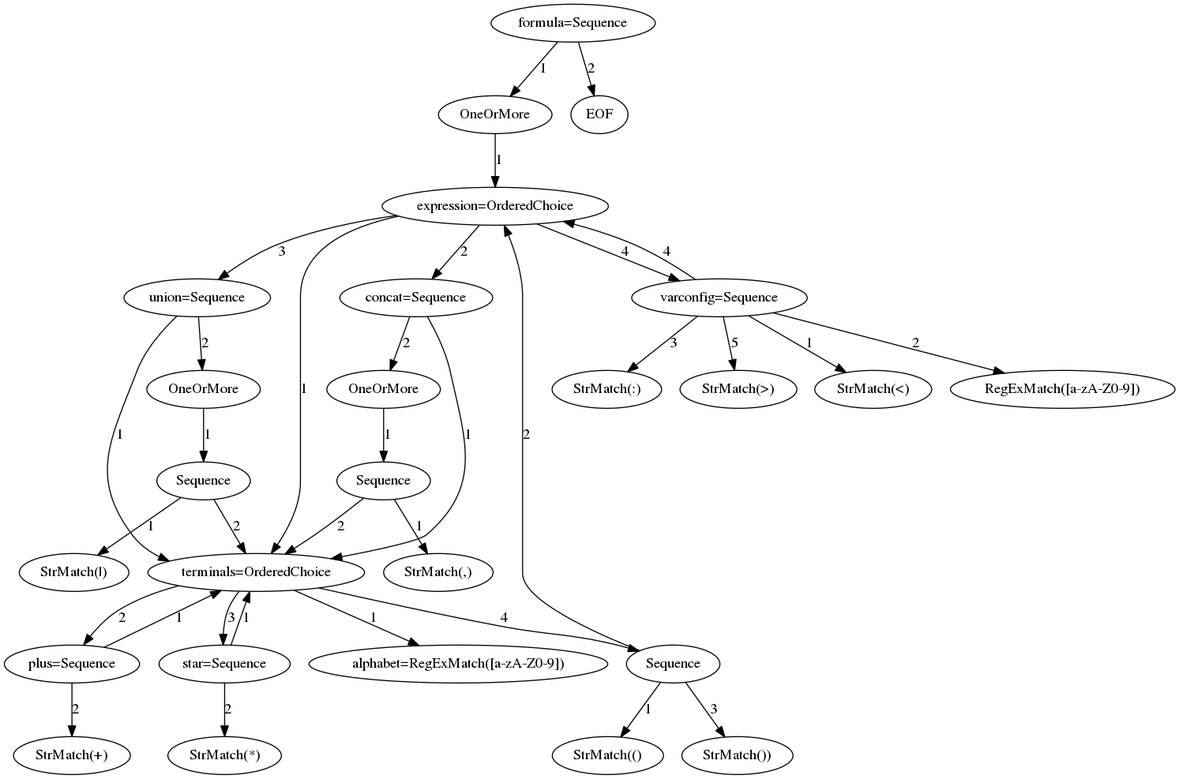
This is formula_parser_model.dot.png from yipsimon/DocumentSpanners_MSc, a Graphviz export, as it was before one commit. Its source is kept beside it as formula_parser_model.dot.
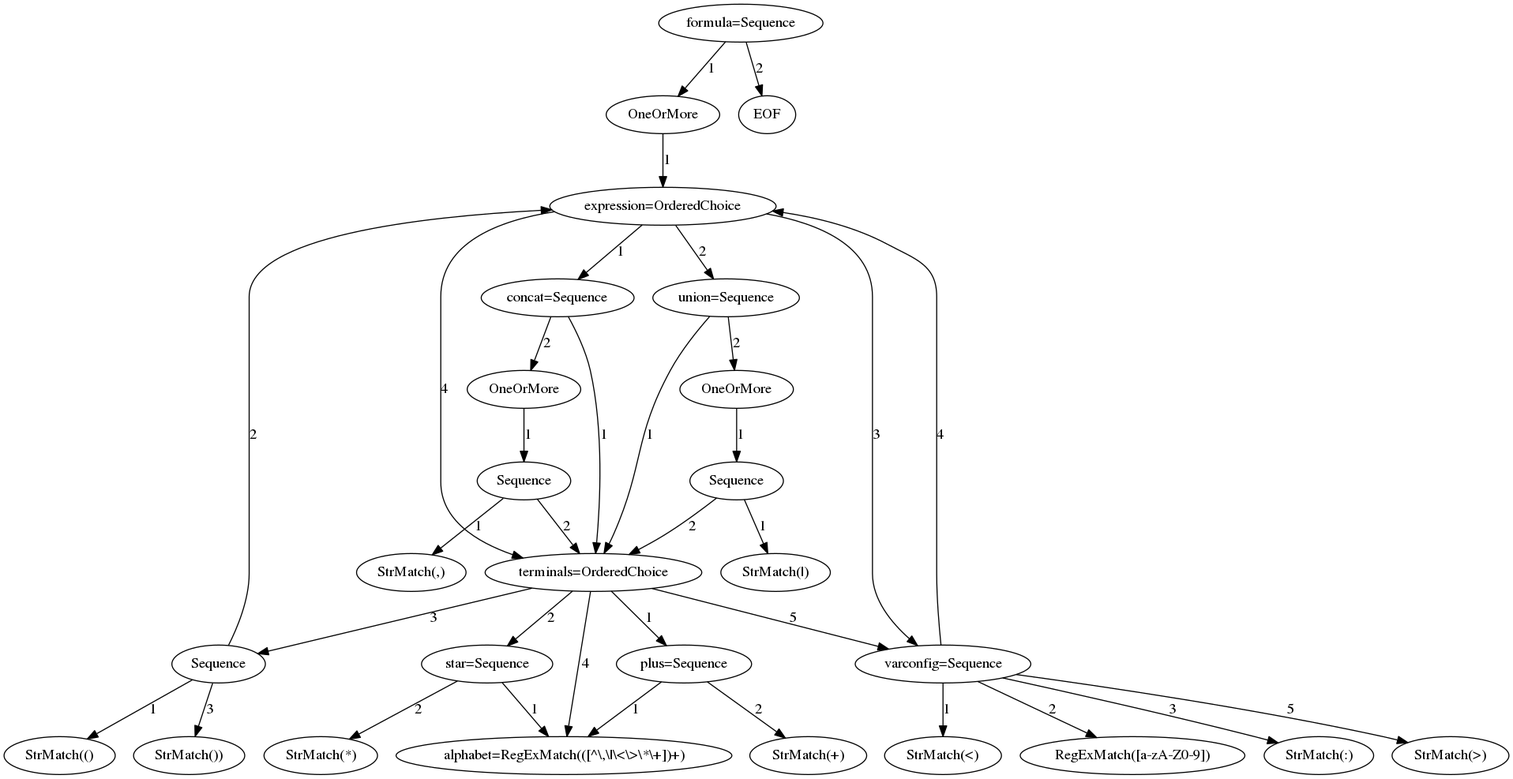
After the change.

The edit, as a diff of the source:
```diff
@@ -1,96 +1,96 @@
 digraph arpeggio_graph {
-140060072292080 [label="formula=Sequence"];
-140060072292080->140060072292024 [label="1"]
+140047018957568 [label="formula=Sequence"];
+140047018957568->140047018957512 [label="1"]
 
-140060072292024 [label="OneOrMore"];
-140060072292024->140060070736616 [label="1"]
+140047018957512 [label="OneOrMore"];
+140047018957512->140047018180504 [label="1"]
 
-140060070736616 [label="expression=OrderedChoice"];
-140060070736616->140060059144936 [label="1"]
+140047018180504 [label="expression=OrderedChoice"];
+140047018180504->140047006159592 [label="1"]
 
-140060059144936 [label="concat=Sequence"];
-140060059144936->140060059145272 [label="1"]
+140047006159592 [label="concat=Sequence"];
+140047006159592->140047006159928 [label="1"]
 
-140060059145272 [label="terminals=OrderedChoice"];
-140060059145272->140060059144992 [label="1"]
+140047006159928 [label="terminals=OrderedChoice"];
+140047006159928->140047006159648 [label="1"]
 
-140060059144992 [label="plus=Sequence"];
-140060059144992->140060059145272 [label="1"]
+140047006159648 [label="plus=Sequence"];
+140047006159648->140047006160768 [label="1"]
 
-140060059144992->140060059146000 [label="2"]
+140047006160768 [label="alphabet=RegExMatch(([^\\,\\|\\<\\>\\*\\+])+)"];
+140047006159648->140047006160656 [label="2"]
 
-140060059146000 [label="StrMatch(+)"];
-140060059145272->140060059145048 [label="2"]
+140047006160656 [label="StrMatch(+)"];
+140047006159928->140047006159704 [label="2"]
 
-140060059145048 [label="star=Sequence"];
-140060059145048->140060059145272 [label="1"]
+140047006159704 [label="star=Sequence"];
+140047006159704->140047006160768 [label="1"]
 
-140060059145048->140060059147792 [label="2"]
+140047006159704->140047006162504 [label="2"]
 
-140060059147792 [label="StrMatch(*)"];
-140060059145272->140060059145384 [label="3"]
+140047006162504 [label="StrMatch(*)"];
+140047006159928->140047006160040 [label="3"]
 
-140060059145384 [label="Sequence"];
-140060059145384->140060059147848 [label="1"]
+140047006160040 [label="Sequence"];
+140047006160040->140047006162784 [label="1"]
 
-140060059147848 [label="StrMatch(()"];
-140060059145384->140060070736616 [label="2"]
+140047006162784 [label="StrMatch(()"];
+140047006160040->140047018180504 [label="2"]
 
-140060059145384->140060059147904 [label="3"]
+140047006160040->140047006162616 [label="3"]
 
-140060059147904 [label="StrMatch())"];
-140060059145272->140060059147960 [label="4"]
+140047006162616 [label="StrMatch())"];
+140047006159928->140047006160768 [label="4"]
 
-140060059147960 [label="alphabet=RegExMatch(([^\\,\\|\\<\\>\\*\\+])+)"];
-140060059145272->140060059148072 [label="5"]
+140047006159928->140047006162728 [label="5"]
 
-140060059148072 [label="varconfig=Sequence"];
-140060059148072->140060059148184 [label="1"]
+140047006162728 [label="varconfig=Sequence"];
+140047006162728->140047006162840 [label="1"]
 
-140060059148184 [label="StrMatch(<)"];
-140060059148072->140060059148128 [label="2"]
+140047006162840 [label="StrMatch(<)"];
+140047006162728->140047006162448 [label="2"]
 
-140060059148128 [label="RegExMatch([a-zA-Z0-9])"];
-140060059148072->140060059148016 [label="3"]
+140047006162448 [label="RegExMatch([a-zA-Z0-9])"];
+140047006162728->140047006162896 [label="3"]
 
-140060059148016 [label="StrMatch(:)"];
-140060059148072->140060070736616 [label="4"]
+140047006162896 [label="StrMatch(:)"];
+140047006162728->140047018180504 [label="4"]
 
-140060059148072->140060059197512 [label="5"]
+140047006162728->140047006208128 [label="5"]
 
-140060059197512 [label="StrMatch(>)"];
-140060059144936->140060059145216 [label="2"]
+140047006208128 [label="StrMatch(>)"];
+140047006159592->140047006159872 [label="2"]
 
-140060059145216 [label="OneOrMore"];
-140060059145216->140060059145328 [label="1"]
+140047006159872 [label="OneOrMore"];
+140047006159872->140047006159816 [label="1"]
 
-140060059145328 [label="Sequence"];
-140060059145328->140060059148240 [label="1"]
+140047006159816 [label="Sequence"];
+140047006159816->140047006162560 [label="1"]
 
-140060059148240 [label="StrMatch(,)"];
-140060059145328->140060059145272 [label="2"]
+140047006162560 [label="StrMatch(,)"];
+140047006159816->140047006159928 [label="2"]
 
-140060070736616->140060059146112 [label="2"]
+140047018180504->140047006159984 [label="2"]
 
-140060059146112 [label="union=Sequence"];
-140060059146112->140060059145272 [label="1"]
+140047006159984 [label="union=Sequence"];
+140047006159984->140047006159928 [label="1"]
 
-140060059146112->140060059145104 [label="2"]
+140047006159984->140047006159760 [label="2"]
 
-140060059145104 [label="OneOrMore"];
-140060059145104->140060059197736 [label="1"]
+140047006159760 [label="OneOrMore"];
+140047006159760->140047006208072 [label="1"]
 
-140060059197736 [label="Sequence"];
-140060059197736->140060059197624 [label="1"]
+140047006208072 [label="Sequence"];
+140047006208072->140047006208296 [label="1"]
 
-140060059197624 [label="StrMatch(|)"];
-140060059197736->140060059145272 [label="2"]
+140047006208296 [label="StrMatch(|)"];
+140047006208072->140047006159928 [label="2"]
 
-140060070736616->140060059148072 [label="3"]
+140047018180504->140047006162728 [label="3"]
 
-140060070736616->140060059145272 [label="4"]
+140047018180504->140047006159928 [label="4"]
 
-140060072292080->140060070736168 [label="2"]
+140047018957568->140047018180056 [label="2"]
 
-140060070736168 [label="EOF"];
+140047018180056 [label="EOF"];
 }
```
